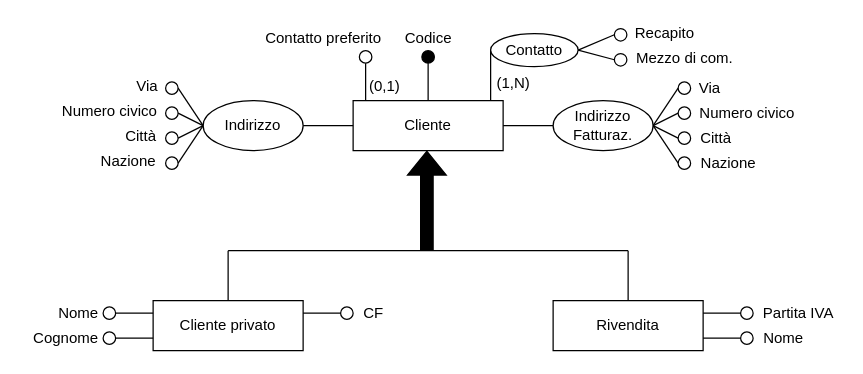
Above: ER-diagrams/ER-Clienti.drawio in nic-agos/Verde-S.R.L (draw.io), before the change. Source tidied: cells renumbered, new cells numbered last; positions are measured from the earlier drawing's top-left corner, leaving out a move shared by most shapes. Both pictures are drawn from the tidied source at 125%, with x=0, y=0 at pixel (21, 20).
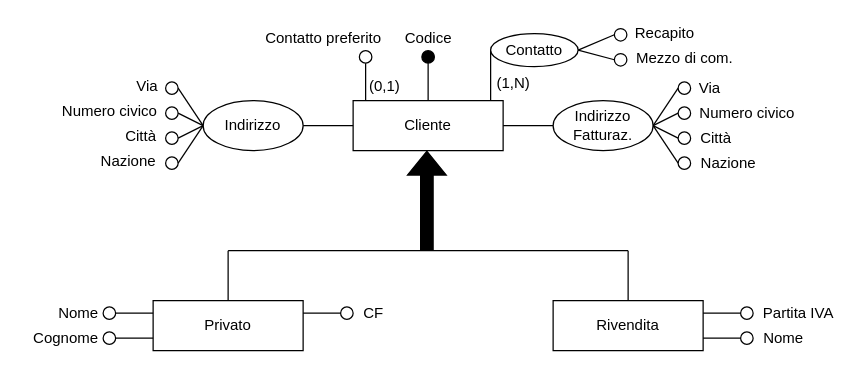
The same diagram, later.

The edit, as a diff of the source:
```diff
@@
-    <mxCell id="38" value="Cliente privato" style="rounded=0;whiteSpace=wrap;html=1;strokeWidth=1;perimeterSpacing=0;" parent="1" vertex="1">
+    <mxCell id="38" value="Privato" style="rounded=0;whiteSpace=wrap;html=1;strokeWidth=1;perimeterSpacing=0;" parent="1" vertex="1">
       <mxGeometry x="105" y="224" width="120" height="40" as="geometry" />
     </mxCell>
```
